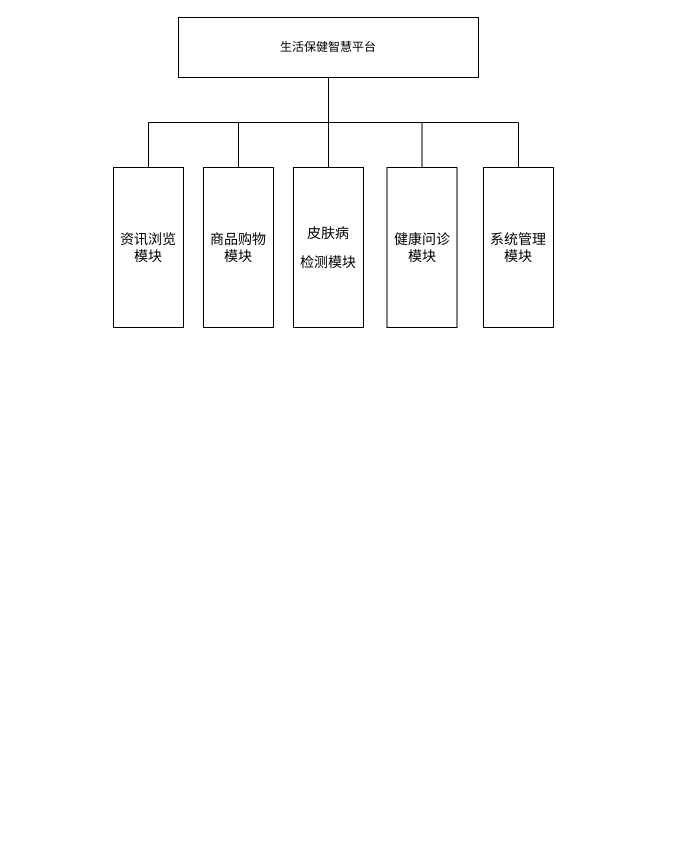
JeckChen666/Jc-Private-Repository keeps this draw.io diagram as DrawIO/BS-1.drawio. Above is the earlier version. Source tidied: cells renumbered, new cells numbered last; positions are measured from the earlier drawing's top-left corner, leaving out a move shared by most shapes. Both pictures are drawn from the tidied source at 100%, with x=0, y=0 at pixel (113, 17).
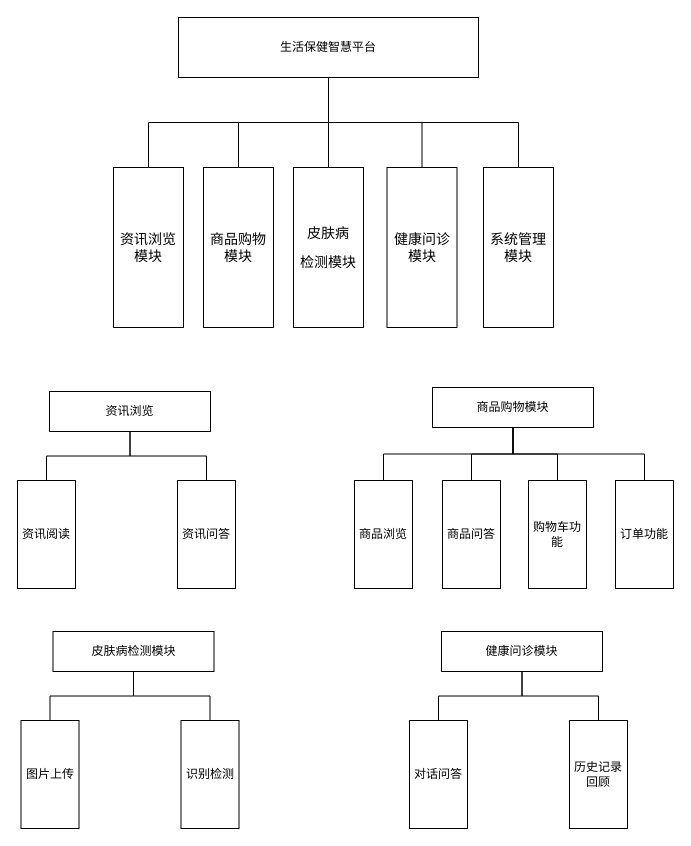
The same diagram, later.

Commit message:
更新BS-1.drawio：增加其余模块图

Change to the diagram source:
```diff
@@
+    <mxCell id="13" value="资讯浏览" style="rounded=0;whiteSpace=wrap;html=1;" parent="1" vertex="1">
+      <mxGeometry x="-64" y="374" width="161" height="40" as="geometry" />
+    </mxCell>
+    <mxCell id="14" style="edgeStyle=orthogonalEdgeStyle;rounded=0;jettySize=auto;html=1;exitX=0.5;exitY=0;exitDx=0;exitDy=0;endArrow=none;endFill=0;" parent="1" edge="1" source="15" target="13">
+      <mxGeometry relative="1" as="geometry" />
+    </mxCell>
+    <mxCell id="15" value="资讯阅读" style="rounded=0;whiteSpace=wrap;html=1;" parent="1" vertex="1">
+      <mxGeometry x="-96" y="463" width="58" height="108" as="geometry" />
+    </mxCell>
+    <mxCell id="16" style="edgeStyle=orthogonalEdgeStyle;rounded=0;jettySize=auto;html=1;exitX=0.5;exitY=0;exitDx=0;exitDy=0;endArrow=none;endFill=0;" parent="1" edge="1" source="17" target="13">
+      <mxGeometry relative="1" as="geometry" />
+    </mxCell>
+    <mxCell id="17" value="资讯问答" style="rounded=0;whiteSpace=wrap;html=1;" parent="1" vertex="1">
+      <mxGeometry x="64" y="463" width="58" height="108" as="geometry" />
+    </mxCell>
+    <mxCell id="18" value="商品购物模块" style="rounded=0;whiteSpace=wrap;html=1;" parent="1" vertex="1">
+      <mxGeometry x="319" y="370" width="161" height="40" as="geometry" />
+    </mxCell>
+    <mxCell id="19" style="edgeStyle=orthogonalEdgeStyle;rounded=0;jettySize=auto;html=1;exitX=0.5;exitY=0;exitDx=0;exitDy=0;endArrow=none;endFill=0;" parent="1" edge="1" source="20" target="18">
+      <mxGeometry relative="1" as="geometry" />
+    </mxCell>
+    <mxCell id="20" value="商品浏览" style="rounded=0;whiteSpace=wrap;html=1;" parent="1" vertex="1">
+      <mxGeometry x="241" y="463" width="58" height="108" as="geometry" />
+    </mxCell>
+    <mxCell id="21" style="edgeStyle=orthogonalEdgeStyle;rounded=0;jettySize=auto;html=1;exitX=0.5;exitY=0;exitDx=0;exitDy=0;endArrow=none;endFill=0;" parent="1" edge="1" source="22" target="18">
+      <mxGeometry relative="1" as="geometry" />
+    </mxCell>
+    <mxCell id="22" value="商品问答" style="rounded=0;whiteSpace=wrap;html=1;" parent="1" vertex="1">
+      <mxGeometry x="329" y="463" width="58" height="108" as="geometry" />
+    </mxCell>
+    <mxCell id="23" style="edgeStyle=orthogonalEdgeStyle;rounded=0;jettySize=auto;html=1;exitX=0.5;exitY=0;exitDx=0;exitDy=0;entryX=0.5;entryY=1;entryDx=0;entryDy=0;endArrow=none;endFill=0;" parent="1" edge="1" source="24" target="18">
+      <mxGeometry relative="1" as="geometry" />
+    </mxCell>
+    <mxCell id="24" value="购物车功能" style="rounded=0;whiteSpace=wrap;html=1;" parent="1" vertex="1">
+      <mxGeometry x="415" y="463" width="58" height="108" as="geometry" />
+    </mxCell>
+    <mxCell id="25" style="edgeStyle=orthogonalEdgeStyle;rounded=0;jettySize=auto;html=1;exitX=0.5;exitY=0;exitDx=0;exitDy=0;endArrow=none;endFill=0;" parent="1" edge="1" source="26" target="18">
+      <mxGeometry relative="1" as="geometry" />
+    </mxCell>
+    <mxCell id="26" value="订单功能" style="rounded=0;whiteSpace=wrap;html=1;" parent="1" vertex="1">
+      <mxGeometry x="502" y="463" width="58" height="108" as="geometry" />
+    </mxCell>
+    <mxCell id="27" value="皮肤病检测模块" style="rounded=0;whiteSpace=wrap;html=1;" parent="1" vertex="1">
+      <mxGeometry x="-60.5" y="614" width="161" height="40" as="geometry" />
+    </mxCell>
+    <mxCell id="28" style="edgeStyle=orthogonalEdgeStyle;rounded=0;jettySize=auto;html=1;exitX=0.5;exitY=0;exitDx=0;exitDy=0;endArrow=none;endFill=0;" parent="1" edge="1" source="29" target="27">
+      <mxGeometry relative="1" as="geometry" />
+    </mxCell>
+    <mxCell id="29" value="图片上传" style="rounded=0;whiteSpace=wrap;html=1;" parent="1" vertex="1">
+      <mxGeometry x="-92.5" y="703" width="58" height="108" as="geometry" />
+    </mxCell>
+    <mxCell id="30" style="edgeStyle=orthogonalEdgeStyle;rounded=0;jettySize=auto;html=1;exitX=0.5;exitY=0;exitDx=0;exitDy=0;endArrow=none;endFill=0;" parent="1" edge="1" source="31" target="27">
+      <mxGeometry relative="1" as="geometry" />
+    </mxCell>
+    <mxCell id="31" value="识别检测" style="rounded=0;whiteSpace=wrap;html=1;" parent="1" vertex="1">
+      <mxGeometry x="67.5" y="703" width="58" height="108" as="geometry" />
+    </mxCell>
+    <mxCell id="32" value="健康问诊模块" style="rounded=0;whiteSpace=wrap;html=1;" parent="1" vertex="1">
+      <mxGeometry x="328" y="614" width="161" height="40" as="geometry" />
+    </mxCell>
+    <mxCell id="33" style="edgeStyle=orthogonalEdgeStyle;rounded=0;jettySize=auto;html=1;exitX=0.5;exitY=0;exitDx=0;exitDy=0;endArrow=none;endFill=0;" parent="1" edge="1" source="34" target="32">
+      <mxGeometry relative="1" as="geometry" />
+    </mxCell>
+    <mxCell id="34" value="对话问答" style="rounded=0;whiteSpace=wrap;html=1;" parent="1" vertex="1">
+      <mxGeometry x="296" y="703" width="58" height="108" as="geometry" />
+    </mxCell>
+    <mxCell id="35" style="edgeStyle=orthogonalEdgeStyle;rounded=0;jettySize=auto;html=1;exitX=0.5;exitY=0;exitDx=0;exitDy=0;endArrow=none;endFill=0;" parent="1" edge="1" source="36" target="32">
+      <mxGeometry relative="1" as="geometry" />
+    </mxCell>
+    <mxCell id="36" value="历史记录回顾" style="rounded=0;whiteSpace=wrap;html=1;" parent="1" vertex="1">
+      <mxGeometry x="456" y="703" width="58" height="108" as="geometry" />
+    </mxCell>
```
